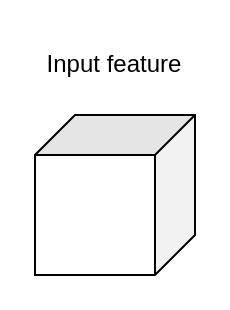
Before: ggcm.drawio in semihhdemirel/semihhdemirel, a draw.io diagram. Source tidied: cells renumbered, new cells numbered last; positions are measured from the earlier drawing's top-left corner, leaving out a move shared by most shapes. Both pictures are drawn from the tidied source at 200%, with x=0, y=0 at pixel (34, 34).
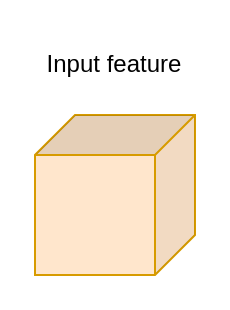
Above is the later version.

What changed in the source:
```diff
@@
 <mxGraphModel>
   <root>
     <mxCell id="0" />
     <mxCell id="1" parent="0" />
-    <mxCell id="2" style="shape=cube;whiteSpace=wrap;html=1;boundedLbl=1;backgroundOutline=1;darkOpacity=0.05;darkOpacity2=0.1;size=20;direction=south;" parent="1" vertex="1">
+    <mxCell id="2" style="shape=cube;whiteSpace=wrap;html=1;boundedLbl=1;backgroundOutline=1;darkOpacity=0.05;darkOpacity2=0.1;size=20;direction=south;fillColor=#ffe6cc;strokeColor=#d79b00;" parent="1" vertex="1">
       <mxGeometry y="40" width="80" height="80" as="geometry" />
     </mxCell>
     <mxCell id="3" value="Input feature" style="text;html=1;align=center;verticalAlign=middle;whiteSpace=wrap;rounded=0;" parent="1" vertex="1">
       <mxGeometry width="80" height="30" as="geometry" />
     </mxCell>
   </root>
 </mxGraphModel>
```
